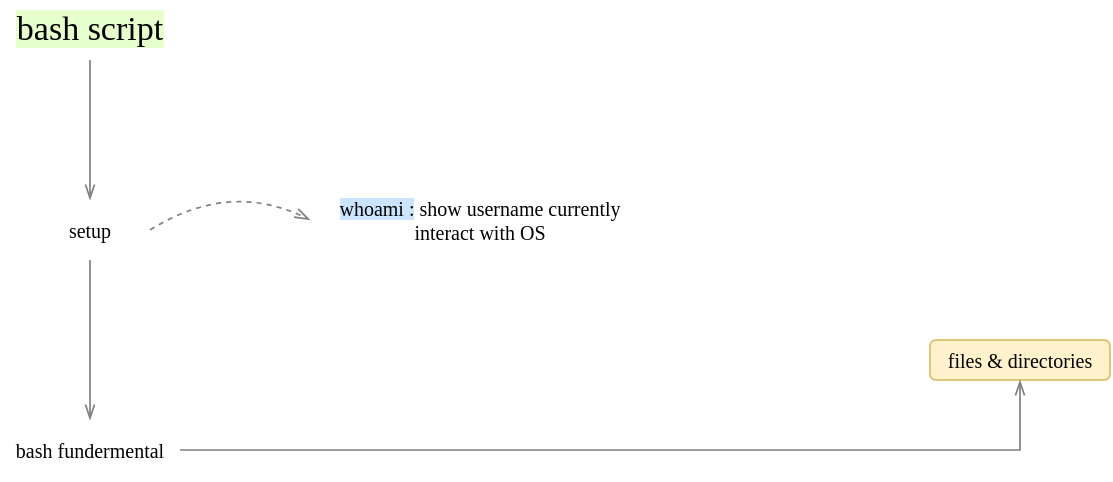
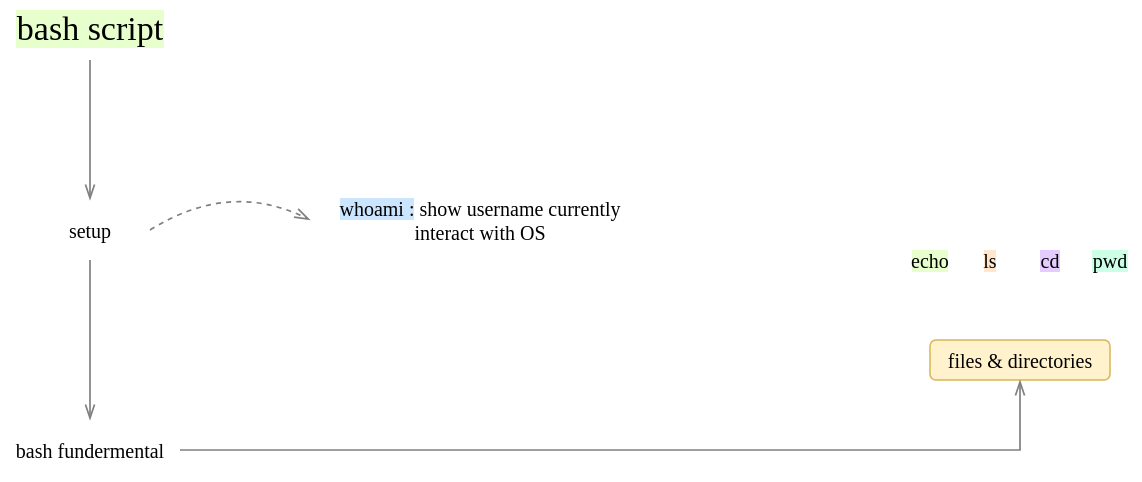
<mxfile host="app.diagrams.net">
  <diagram name="Page-1" id="ASFAg3QW-8pENEQWLq1w">
-     <mxGraphModel dx="761" dy="341" grid="1" gridSize="10" guides="1" tooltips="1" connect="1" arrows="1" fold="1" page="1" pageScale="1" pageWidth="827" pageHeight="1169" math="0" shadow="0">
+     <mxGraphModel dx="913" dy="409" grid="1" gridSize="10" guides="1" tooltips="1" connect="1" arrows="1" fold="1" page="1" pageScale="1" pageWidth="827" pageHeight="1169" math="0" shadow="0">
      <root>
        <mxCell id="0" />
        <mxCell id="1" parent="0" />
        <mxCell id="yHV59lyykjLdx_5fFAOr-2" parent="1" style="text;html=1;whiteSpace=wrap;strokeColor=none;fillColor=none;align=center;verticalAlign=middle;rounded=0;fontFamily=Comic Sans MS;fontSize=17;" value="&lt;span style=&quot;background-color: rgb(230, 255, 204);&quot;&gt;bash script&lt;/span&gt;" vertex="1">
          <mxGeometry height="30" width="80" x="320" y="240" as="geometry" />
        </mxCell>
        <mxCell id="yHV59lyykjLdx_5fFAOr-3" parent="1" style="text;html=1;whiteSpace=wrap;strokeColor=none;fillColor=none;align=center;verticalAlign=middle;rounded=0;fontFamily=Comic Sans MS;fontSize=10;" value="setup " vertex="1">
          <mxGeometry height="30" width="60" x="330" y="340" as="geometry" />
        </mxCell>
        <mxCell id="yHV59lyykjLdx_5fFAOr-4" edge="1" parent="1" source="yHV59lyykjLdx_5fFAOr-2" style="endArrow=openThin;html=1;rounded=0;strokeColor=#808080;endFill=0;strokeWidth=0.85;entryX=0.5;entryY=0;entryDx=0;entryDy=0;exitX=0.5;exitY=1;exitDx=0;exitDy=0;" target="yHV59lyykjLdx_5fFAOr-3" value="">
          <mxGeometry height="50" relative="1" width="50" as="geometry">
            <Array as="points" />
            <mxPoint x="420" y="330" as="sourcePoint" />
            <mxPoint x="420" y="389" as="targetPoint" />
          </mxGeometry>
        </mxCell>
        <mxCell id="yHV59lyykjLdx_5fFAOr-7" edge="1" parent="1" source="yHV59lyykjLdx_5fFAOr-3" style="endArrow=openThin;html=1;rounded=0;strokeColor=#808080;endFill=0;strokeWidth=0.85;exitX=0.5;exitY=1;exitDx=0;exitDy=0;" target="yHV59lyykjLdx_5fFAOr-12" value="">
          <mxGeometry height="50" relative="1" width="50" as="geometry">
            <Array as="points" />
            <mxPoint x="420" y="330" as="sourcePoint" />
            <mxPoint x="360" y="440" as="targetPoint" />
          </mxGeometry>
        </mxCell>
        <mxCell id="yHV59lyykjLdx_5fFAOr-8" parent="1" style="rounded=1;whiteSpace=wrap;html=1;strokeColor=none;fontFamily=Comic Sans MS;strokeWidth=0.75;fontSize=10;" value="&lt;span style=&quot;background-color: rgb(204, 229, 255);&quot;&gt;whoami :&lt;/span&gt;&lt;span&gt; show username currently interact with OS&lt;/span&gt;" vertex="1">
          <mxGeometry height="20" width="170" x="470" y="340" as="geometry" />
        </mxCell>
        <mxCell id="yHV59lyykjLdx_5fFAOr-11" edge="1" parent="1" source="yHV59lyykjLdx_5fFAOr-3" style="endArrow=openThin;html=1;rounded=0;strokeColor=#808080;endFill=0;strokeWidth=0.85;entryX=0;entryY=0.5;entryDx=0;entryDy=0;exitX=1;exitY=0.5;exitDx=0;exitDy=0;curved=1;dashed=1;" target="yHV59lyykjLdx_5fFAOr-8" value="">
          <mxGeometry height="50" relative="1" width="50" as="geometry">
            <Array as="points">
              <mxPoint x="430" y="330" />
            </Array>
            <mxPoint x="420" y="330" as="sourcePoint" />
            <mxPoint x="420" y="389" as="targetPoint" />
          </mxGeometry>
        </mxCell>
        <mxCell id="yHV59lyykjLdx_5fFAOr-12" parent="1" style="text;html=1;whiteSpace=wrap;strokeColor=none;fillColor=none;align=center;verticalAlign=middle;rounded=0;fontFamily=Comic Sans MS;fontSize=10;" value="bash fundermental" vertex="1">
          <mxGeometry height="30" width="90" x="315" y="450" as="geometry" />
        </mxCell>
        <mxCell id="yHV59lyykjLdx_5fFAOr-13" parent="1" style="rounded=1;whiteSpace=wrap;html=1;strokeColor=#d6b656;fontFamily=Comic Sans MS;strokeWidth=0.75;fillColor=#fff2cc;fontSize=10;" value="files &amp;amp; directories" vertex="1">
          <mxGeometry height="20" width="90" x="780" y="410" as="geometry" />
        </mxCell>
        <mxCell id="yHV59lyykjLdx_5fFAOr-15" edge="1" parent="1" source="yHV59lyykjLdx_5fFAOr-12" style="endArrow=openThin;html=1;rounded=0;strokeColor=#808080;endFill=0;strokeWidth=0.85;entryX=0.5;entryY=1;entryDx=0;entryDy=0;exitX=1;exitY=0.5;exitDx=0;exitDy=0;" target="yHV59lyykjLdx_5fFAOr-13" value="">
          <mxGeometry height="50" relative="1" width="50" as="geometry">
            <Array as="points">
              <mxPoint x="825" y="465" />
            </Array>
            <mxPoint x="530" y="390" as="sourcePoint" />
            <mxPoint x="530" y="449" as="targetPoint" />
          </mxGeometry>
        </mxCell>
+         <mxCell id="yHV59lyykjLdx_5fFAOr-16" parent="1" style="text;html=1;whiteSpace=wrap;strokeColor=none;fillColor=none;align=center;verticalAlign=middle;rounded=0;fontFamily=Comic Sans MS;fontSize=10;" value="&lt;span style=&quot;background-color: rgb(204, 255, 230);&quot;&gt;pwd&lt;/span&gt;" vertex="1">
+           <mxGeometry height="20" width="30" x="855" y="360" as="geometry" />
+         </mxCell>
+         <mxCell id="yHV59lyykjLdx_5fFAOr-18" parent="1" style="text;html=1;whiteSpace=wrap;strokeColor=none;fillColor=none;align=center;verticalAlign=middle;rounded=0;fontFamily=Comic Sans MS;fontSize=10;" value="&lt;span style=&quot;background-color: rgb(229, 204, 255);&quot;&gt;cd&lt;/span&gt;" vertex="1">
+           <mxGeometry height="20" width="30" x="825" y="360" as="geometry" />
+         </mxCell>
+         <mxCell id="yHV59lyykjLdx_5fFAOr-19" parent="1" style="text;html=1;whiteSpace=wrap;strokeColor=none;fillColor=none;align=center;verticalAlign=middle;rounded=0;fontFamily=Comic Sans MS;fontSize=10;" value="&lt;span style=&quot;background-color: rgb(255, 230, 204);&quot;&gt;ls&lt;/span&gt;" vertex="1">
+           <mxGeometry height="20" width="30" x="795" y="360" as="geometry" />
+         </mxCell>
+         <mxCell id="yHV59lyykjLdx_5fFAOr-20" parent="1" style="text;html=1;whiteSpace=wrap;strokeColor=none;fillColor=none;align=center;verticalAlign=middle;rounded=0;fontFamily=Comic Sans MS;fontSize=10;" value="&lt;span style=&quot;background-color: rgb(230, 255, 204);&quot;&gt;echo&lt;/span&gt;" vertex="1">
+           <mxGeometry height="20" width="30" x="765" y="360" as="geometry" />
+         </mxCell>
      </root>
    </mxGraphModel>
  </diagram>
</mxfile>
